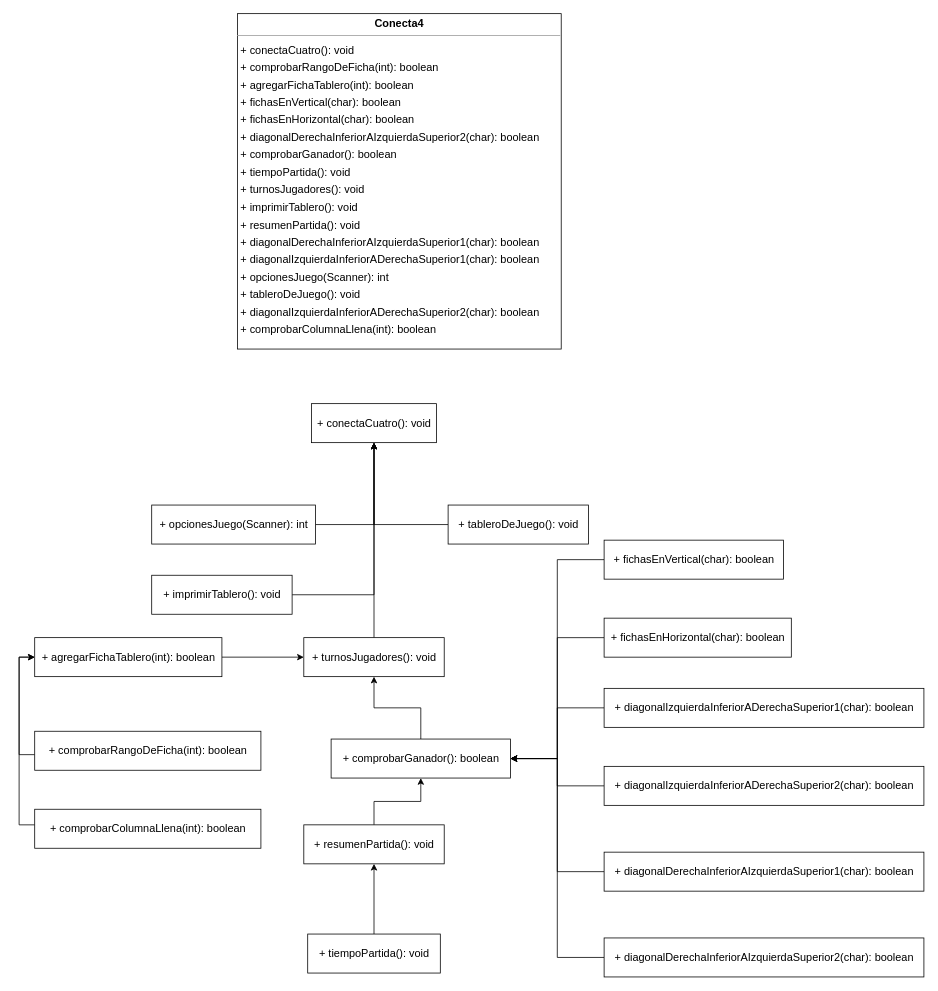
Daruuu/JuegoConecta4 keeps this draw.io diagram as out/production/JuegoConecta4/Conecta4UML.drawio. Above is the earlier version. Source tidied: cells renumbered, new cells numbered last; positions are measured from the earlier drawing's top-left corner, leaving out a move shared by most shapes. Both pictures are drawn from the tidied source at 78%, with x=0, y=0 at pixel (19, 13).
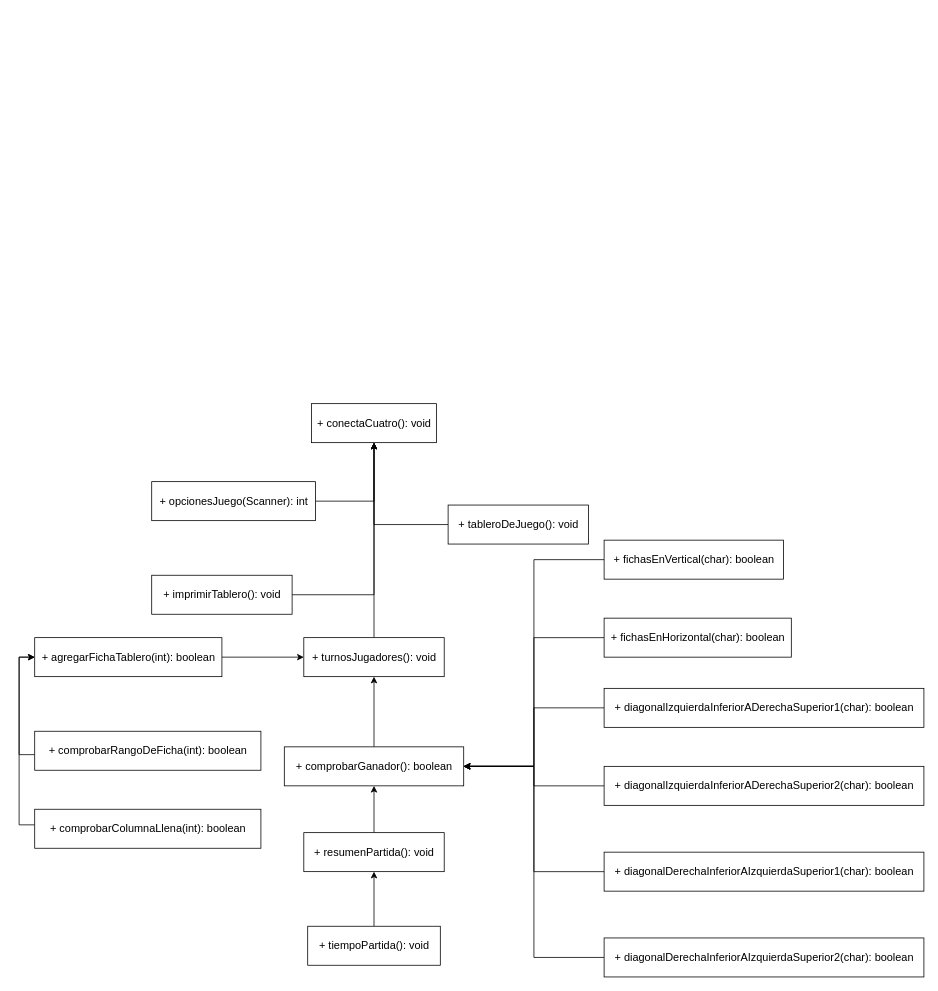
The same diagram, later.

Commit message (it also covers changes not shown here):
last update before oop

Unchanged cells that the change refers to:
```xml
<mxCell id="3" value="&lt;span style=&quot;font-size: 14px; text-align: left;&quot;&gt;+ conectaCuatro(): void&lt;/span&gt;" style="html=1;" parent="1" vertex="1">
  <mxGeometry x="375" y="500" width="160" height="50" as="geometry" />
</mxCell>
```

The edit, as a diff of the source:
```diff
@@
-    <mxCell id="2" value="&lt;p style=&quot;margin:0px;margin-top:4px;text-align:center;&quot;&gt;&lt;b&gt;Conecta4&lt;/b&gt;&lt;/p&gt;&lt;hr size=&quot;1&quot;/&gt;&lt;p style=&quot;margin:0 0 0 4px;line-height:1.6;&quot;&gt;+ conectaCuatro(): void&lt;br/&gt;+ comprobarRangoDeFicha(int): boolean&lt;br/&gt;+ agregarFichaTablero(int): boolean&lt;br/&gt;+ fichasEnVertical(char): boolean&lt;br/&gt;+ fichasEnHorizontal(char): boolean&lt;br/&gt;+ diagonalDerechaInferiorAIzquierdaSuperior2(char): boolean&lt;br/&gt;+ comprobarGanador(): boolean&lt;br/&gt;+ tiempoPartida(): void&lt;br/&gt;+ turnosJugadores(): void&lt;br/&gt;+ imprimirTablero(): void&lt;br/&gt;+ resumenPartida(): void&lt;br/&gt;+ diagonalDerechaInferiorAIzquierdaSuperior1(char): boolean&lt;br/&gt;+ diagonalIzquierdaInferiorADerechaSuperior1(char): boolean&lt;br/&gt;+ opcionesJuego(Scanner): int&lt;br/&gt;+ tableroDeJuego(): void&lt;br/&gt;+ diagonalIzquierdaInferiorADerechaSuperior2(char): boolean&lt;br/&gt;+ comprobarColumnaLlena(int): boolean&lt;/p&gt;" style="verticalAlign=top;align=left;overflow=fill;fontSize=14;fontFamily=Helvetica;html=1;rounded=0;shadow=0;comic=0;labelBackgroundColor=none;strokeWidth=1;" parent="1" vertex="1">
-      <mxGeometry x="280" width="415" height="430" as="geometry" />
-    </mxCell>
@@
     <mxCell id="13" value="&lt;span style=&quot;font-size: 14px; text-align: left;&quot;&gt;+ comprobarGanador(): boolean&lt;/span&gt;" style="html=1;" parent="1" vertex="1">
-      <mxGeometry x="400" y="930" width="230" height="50" as="geometry" />
+      <mxGeometry x="340" y="940" width="230" height="50" as="geometry" />
     </mxCell>
@@
     <mxCell id="17" value="&lt;span style=&quot;font-size: 14px; text-align: left;&quot;&gt;+ resumenPartida(): void&lt;/span&gt;" style="html=1;" parent="1" vertex="1">
-      <mxGeometry x="365" y="1040" width="180" height="50" as="geometry" />
+      <mxGeometry x="365" y="1050" width="180" height="50" as="geometry" />
     </mxCell>
@@
     <mxCell id="23" value="&lt;span style=&quot;font-size: 14px; text-align: left;&quot;&gt;+ tiempoPartida(): void&lt;/span&gt;" style="html=1;" parent="1" vertex="1">
-      <mxGeometry x="370" y="1180" width="170" height="50" as="geometry" />
+      <mxGeometry x="370" y="1170" width="170" height="50" as="geometry" />
     </mxCell>
     <mxCell id="24" style="edgeStyle=orthogonalEdgeStyle;rounded=0;jettySize=auto;html=1;entryX=0.5;entryY=1;entryDx=0;entryDy=0;" parent="1" edge="1" source="25" target="3">
       <mxGeometry relative="1" as="geometry">
         <Array as="points">
-          <mxPoint x="455" y="655" />
+          <mxPoint x="455" y="625" />
         </Array>
       </mxGeometry>
     </mxCell>
     <mxCell id="25" value="&lt;span style=&quot;font-size: 14px; text-align: left;&quot;&gt;+ opcionesJuego(Scanner): int&lt;/span&gt;" style="html=1;" parent="1" vertex="1">
-      <mxGeometry x="170" y="630" width="210" height="50" as="geometry" />
+      <mxGeometry x="170" y="600" width="210" height="50" as="geometry" />
     </mxCell>
```
